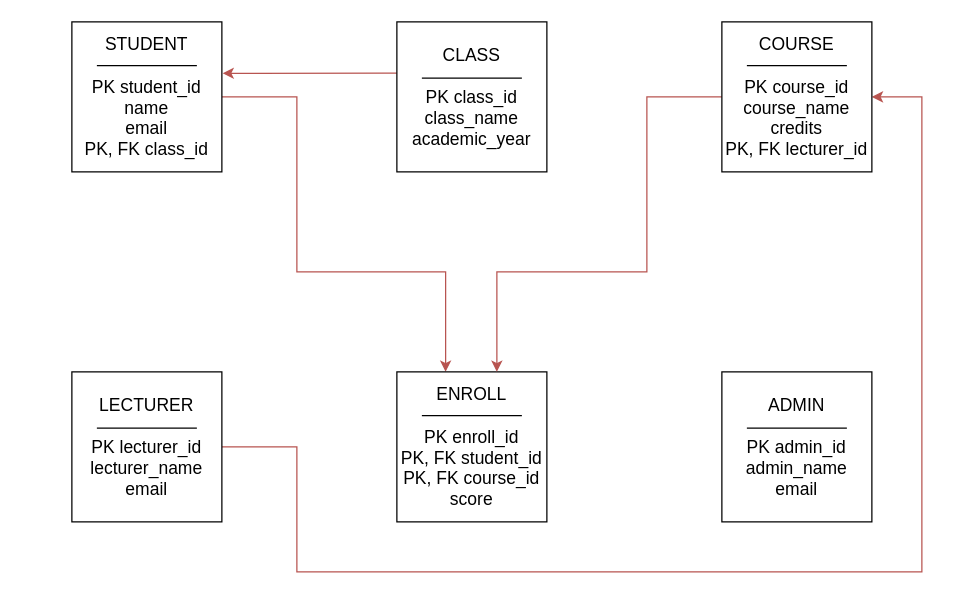
Earlier version of the draw.io diagram ERD.drawio (chongaboi2005/CNPM). Source tidied: cells renumbered, new cells numbered last; positions are measured from the earlier drawing's top-left corner, leaving out a move shared by most shapes. Both pictures are drawn from the tidied source at 125%, with x=0, y=0 at pixel (71, 21).
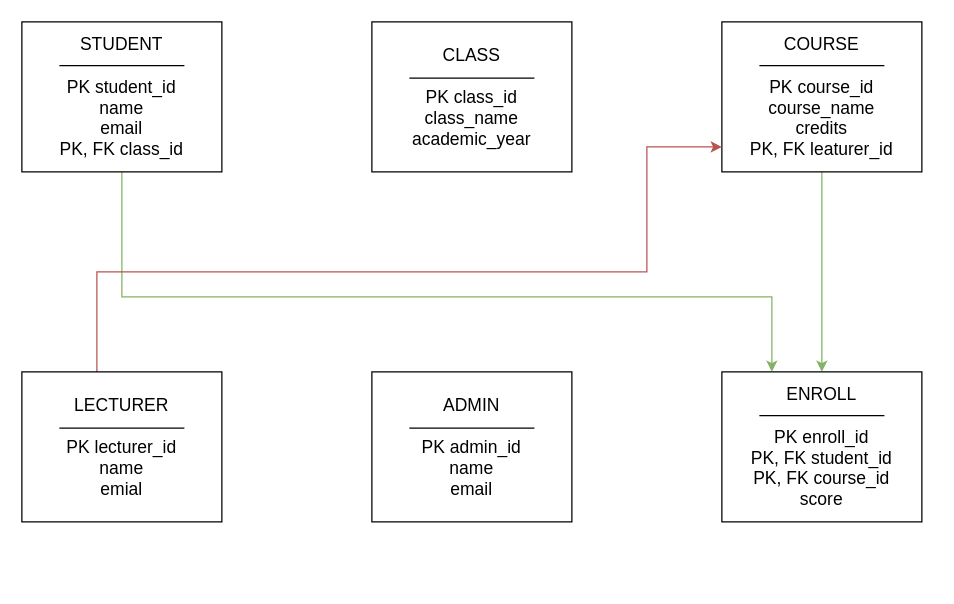
The same page after the edit.

What changed in the source:
```diff
@@
-    <mxCell id="2" style="edgeStyle=orthogonalEdgeStyle;rounded=0;jettySize=auto;html=1;fillColor=#f8cecc;strokeColor=#b85450;" parent="1" edge="1" source="3" target="8">
+    <mxCell id="2" style="edgeStyle=orthogonalEdgeStyle;rounded=0;jettySize=auto;html=1;entryX=0.25;entryY=0;entryDx=0;entryDy=0;fillColor=#d5e8d4;strokeColor=#82b366;" parent="1" edge="1" source="3" target="8">
       <mxGeometry relative="1" as="geometry">
         <Array as="points">
-          <mxPoint x="180" y="60" />
-          <mxPoint x="180" y="200" />
-          <mxPoint x="299" y="200" />
+          <mxPoint x="40" y="220" />
+          <mxPoint x="560" y="220" />
         </Array>
       </mxGeometry>
     </mxCell>
     <mxCell id="3" value="&lt;font style=&quot;font-size: 14px;&quot;&gt;STUDENT&lt;/font&gt;&lt;div&gt;&lt;font style=&quot;font-size: 14px;&quot;&gt;&lt;br&gt;&lt;/font&gt;&lt;/div&gt;&lt;div&gt;&lt;font style=&quot;font-size: 14px;&quot;&gt;PK student_id&lt;/font&gt;&lt;/div&gt;&lt;div&gt;&lt;font style=&quot;font-size: 14px;&quot;&gt;name&lt;/font&gt;&lt;/div&gt;&lt;div&gt;&lt;font style=&quot;font-size: 14px;&quot;&gt;email&lt;/font&gt;&lt;/div&gt;&lt;div&gt;&lt;font style=&quot;font-size: 14px;&quot;&gt;PK, FK class_id&lt;/font&gt;&lt;/div&gt;" style="whiteSpace=wrap;html=1;align=center;" parent="1" vertex="1">
-      <mxGeometry width="120" height="120" as="geometry" />
+      <mxGeometry x="-40" width="160" height="120" as="geometry" />
     </mxCell>
-    <mxCell id="4" style="edgeStyle=orthogonalEdgeStyle;rounded=0;jettySize=auto;html=1;entryX=1.005;entryY=0.343;entryDx=0;entryDy=0;entryPerimeter=0;fillColor=#f8cecc;strokeColor=#b85450;" parent="1" edge="1" source="5" target="3">
-      <mxGeometry relative="1" as="geometry">
-        <Array as="points">
-          <mxPoint x="250" y="41" />
-          <mxPoint x="250" y="41" />
-        </Array>
-      </mxGeometry>
-    </mxCell>
     <mxCell id="5" value="&lt;font style=&quot;font-size: 14px;&quot;&gt;CLASS&lt;/font&gt;&lt;div&gt;&lt;font style=&quot;font-size: 14px;&quot;&gt;&lt;br&gt;&lt;/font&gt;&lt;/div&gt;&lt;div&gt;&lt;font style=&quot;font-size: 14px;&quot;&gt;PK class_id&lt;/font&gt;&lt;/div&gt;&lt;div&gt;&lt;font style=&quot;font-size: 14px;&quot;&gt;class_name&lt;/font&gt;&lt;/div&gt;&lt;div&gt;&lt;font style=&quot;font-size: 14px;&quot;&gt;academic_year&lt;/font&gt;&lt;/div&gt;" style="whiteSpace=wrap;html=1;align=center;" parent="1" vertex="1">
-      <mxGeometry x="260" width="120" height="120" as="geometry" />
+      <mxGeometry x="240" width="160" height="120" as="geometry" />
     </mxCell>
-    <mxCell id="6" style="edgeStyle=orthogonalEdgeStyle;rounded=0;jettySize=auto;html=1;entryX=1;entryY=0.5;entryDx=0;entryDy=0;fillColor=#f8cecc;strokeColor=#b85450;" parent="1" edge="1" source="7" target="11">
-      <mxGeometry relative="1" as="geometry">
-        <Array as="points">
-          <mxPoint x="180" y="340" />
-          <mxPoint x="180" y="440" />
-          <mxPoint x="680" y="440" />
-          <mxPoint x="680" y="60" />
-        </Array>
-      </mxGeometry>
-    </mxCell>
-    <mxCell id="7" value="&lt;font style=&quot;font-size: 14px;&quot;&gt;LECTURER&lt;/font&gt;&lt;div&gt;&lt;font style=&quot;font-size: 14px;&quot;&gt;&lt;br&gt;&lt;/font&gt;&lt;/div&gt;&lt;div&gt;&lt;font style=&quot;font-size: 14px;&quot;&gt;PK lecturer_id&lt;/font&gt;&lt;/div&gt;&lt;div&gt;&lt;font style=&quot;font-size: 14px;&quot;&gt;lecturer_name&lt;/font&gt;&lt;/div&gt;&lt;div&gt;&lt;font style=&quot;font-size: 14px;&quot;&gt;email&lt;/font&gt;&lt;/div&gt;" style="whiteSpace=wrap;html=1;align=center;" parent="1" vertex="1">
-      <mxGeometry y="280" width="120" height="120" as="geometry" />
-    </mxCell>
+    <mxCell id="18" style="edgeStyle=orthogonalEdgeStyle;rounded=0;jettySize=auto;html=1;entryX=0.5;entryY=0;entryDx=0;entryDy=0;fillColor=#d5e8d4;strokeColor=#82b366;" parent="1" edge="1" source="19" target="8">
+      <mxGeometry relative="1" as="geometry" />
+    </mxCell>
+    <mxCell id="19" value="&lt;font style=&quot;font-size: 14px;&quot;&gt;COURSE&lt;/font&gt;&lt;div&gt;&lt;font style=&quot;font-size: 14px;&quot;&gt;&lt;br&gt;&lt;/font&gt;&lt;/div&gt;&lt;div&gt;&lt;font style=&quot;font-size: 14px;&quot;&gt;PK course_id&lt;/font&gt;&lt;/div&gt;&lt;div&gt;&lt;font style=&quot;font-size: 14px;&quot;&gt;course_name&lt;/font&gt;&lt;/div&gt;&lt;div&gt;&lt;font style=&quot;font-size: 14px;&quot;&gt;credits&lt;/font&gt;&lt;/div&gt;&lt;div&gt;&lt;font style=&quot;font-size: 14px;&quot;&gt;PK, FK leaturer_id&lt;/font&gt;&lt;/div&gt;" style="whiteSpace=wrap;html=1;align=center;" parent="1" vertex="1">
+      <mxGeometry x="520" width="160" height="120" as="geometry" />
+    </mxCell>
+    <mxCell id="20" style="edgeStyle=orthogonalEdgeStyle;rounded=0;jettySize=auto;html=1;fillColor=#f8cecc;strokeColor=#b85450;" parent="1" edge="1" source="21" target="19">
+      <mxGeometry relative="1" as="geometry">
+        <Array as="points">
+          <mxPoint x="20" y="200" />
+          <mxPoint x="460" y="200" />
+          <mxPoint x="460" y="100" />
+        </Array>
+      </mxGeometry>
+    </mxCell>
+    <mxCell id="21" value="&lt;font style=&quot;font-size: 14px;&quot;&gt;LECTURER&lt;/font&gt;&lt;div&gt;&lt;font style=&quot;font-size: 14px;&quot;&gt;&lt;br&gt;&lt;/font&gt;&lt;/div&gt;&lt;div&gt;&lt;font style=&quot;font-size: 14px;&quot;&gt;PK lecturer_id&lt;/font&gt;&lt;/div&gt;&lt;div&gt;&lt;font style=&quot;font-size: 14px;&quot;&gt;name&lt;/font&gt;&lt;/div&gt;&lt;div&gt;&lt;font style=&quot;font-size: 14px;&quot;&gt;emial&lt;/font&gt;&lt;/div&gt;" style="whiteSpace=wrap;html=1;align=center;" parent="1" vertex="1">
+      <mxGeometry x="-40" y="280" width="160" height="120" as="geometry" />
+    </mxCell>
     <mxCell id="8" value="&lt;font style=&quot;font-size: 14px;&quot;&gt;ENROLL&lt;/font&gt;&lt;div&gt;&lt;font style=&quot;font-size: 14px;&quot;&gt;&lt;br&gt;&lt;/font&gt;&lt;/div&gt;&lt;div&gt;&lt;font style=&quot;font-size: 14px;&quot;&gt;PK enroll_id&lt;/font&gt;&lt;/div&gt;&lt;div&gt;&lt;font style=&quot;font-size: 14px;&quot;&gt;PK, FK student_id&lt;/font&gt;&lt;/div&gt;&lt;div&gt;&lt;font style=&quot;font-size: 14px;&quot;&gt;PK, FK course_id&lt;/font&gt;&lt;/div&gt;&lt;div&gt;&lt;font style=&quot;font-size: 14px;&quot;&gt;score&lt;/font&gt;&lt;/div&gt;" style="whiteSpace=wrap;html=1;align=center;" parent="1" vertex="1">
-      <mxGeometry x="260" y="280" width="120" height="120" as="geometry" />
+      <mxGeometry x="520" y="280" width="160" height="120" as="geometry" />
     </mxCell>
-    <mxCell id="9" value="&lt;font style=&quot;font-size: 14px;&quot;&gt;ADMIN&lt;/font&gt;&lt;div&gt;&lt;font style=&quot;font-size: 14px;&quot;&gt;&lt;br&gt;&lt;/font&gt;&lt;/div&gt;&lt;div&gt;&lt;font style=&quot;font-size: 14px;&quot;&gt;PK admin_id&lt;/font&gt;&lt;/div&gt;&lt;div&gt;&lt;font style=&quot;font-size: 14px;&quot;&gt;admin_name&lt;/font&gt;&lt;/div&gt;&lt;div&gt;&lt;font style=&quot;font-size: 14px;&quot;&gt;email&lt;/font&gt;&lt;/div&gt;" style="whiteSpace=wrap;html=1;align=center;" parent="1" vertex="1">
-      <mxGeometry x="520" y="280" width="120" height="120" as="geometry" />
-    </mxCell>
-    <mxCell id="10" style="edgeStyle=orthogonalEdgeStyle;rounded=0;jettySize=auto;html=1;fillColor=#f8cecc;strokeColor=#b85450;" parent="1" edge="1" source="11" target="8">
-      <mxGeometry relative="1" as="geometry">
-        <Array as="points">
-          <mxPoint x="460" y="60" />
-          <mxPoint x="460" y="200" />
-          <mxPoint x="340" y="200" />
-        </Array>
-      </mxGeometry>
-    </mxCell>
-    <mxCell id="11" value="&lt;font style=&quot;font-size: 14px;&quot;&gt;COURSE&lt;/font&gt;&lt;div&gt;&lt;font style=&quot;font-size: 14px;&quot;&gt;&lt;br&gt;&lt;/font&gt;&lt;/div&gt;&lt;div&gt;&lt;font style=&quot;font-size: 14px;&quot;&gt;PK course_id&lt;/font&gt;&lt;/div&gt;&lt;div&gt;&lt;font style=&quot;font-size: 14px;&quot;&gt;course_name&lt;/font&gt;&lt;/div&gt;&lt;div&gt;&lt;font style=&quot;font-size: 14px;&quot;&gt;credits&lt;/font&gt;&lt;/div&gt;&lt;div&gt;&lt;font style=&quot;font-size: 14px;&quot;&gt;PK, FK lecturer_id&lt;/font&gt;&lt;/div&gt;" style="whiteSpace=wrap;html=1;align=center;" parent="1" vertex="1">
-      <mxGeometry x="520" width="120" height="120" as="geometry" />
-    </mxCell>
-    <mxCell id="12" style="line;strokeWidth=1;dashed=0;labelPosition=right;align=left;verticalAlign=middle;spacingTop=0;spacingLeft=6;" parent="1" vertex="1">
-      <mxGeometry x="20" y="30" width="80" height="10" as="geometry" />
-    </mxCell>
-    <mxCell id="13" style="line;strokeWidth=1;dashed=0;labelPosition=right;align=left;verticalAlign=middle;spacingTop=0;spacingLeft=6;" parent="1" vertex="1">
-      <mxGeometry x="280" y="310" width="80" height="10" as="geometry" />
-    </mxCell>
-    <mxCell id="14" style="line;strokeWidth=1;dashed=0;labelPosition=right;align=left;verticalAlign=middle;spacingTop=0;spacingLeft=6;" parent="1" vertex="1">
-      <mxGeometry x="280" y="40" width="80" height="10" as="geometry" />
-    </mxCell>
-    <mxCell id="15" style="line;strokeWidth=1;dashed=0;labelPosition=right;align=left;verticalAlign=middle;spacingTop=0;spacingLeft=6;" parent="1" vertex="1">
-      <mxGeometry x="540" y="320" width="80" height="10" as="geometry" />
-    </mxCell>
-    <mxCell id="16" style="line;strokeWidth=1;dashed=0;labelPosition=right;align=left;verticalAlign=middle;spacingTop=0;spacingLeft=6;" parent="1" vertex="1">
-      <mxGeometry x="20" y="320" width="80" height="10" as="geometry" />
-    </mxCell>
-    <mxCell id="17" style="line;strokeWidth=1;dashed=0;labelPosition=right;align=left;verticalAlign=middle;spacingTop=0;spacingLeft=6;" parent="1" vertex="1">
-      <mxGeometry x="540" y="30" width="80" height="10" as="geometry" />
-    </mxCell>
+    <mxCell id="22" value="&lt;font style=&quot;font-size: 14px;&quot;&gt;ADMIN&lt;/font&gt;&lt;div&gt;&lt;font style=&quot;font-size: 14px;&quot;&gt;&lt;br&gt;&lt;/font&gt;&lt;/div&gt;&lt;div&gt;&lt;font style=&quot;font-size: 14px;&quot;&gt;PK admin_id&lt;/font&gt;&lt;/div&gt;&lt;div&gt;&lt;font style=&quot;font-size: 14px;&quot;&gt;name&lt;/font&gt;&lt;/div&gt;&lt;div&gt;&lt;font style=&quot;font-size: 14px;&quot;&gt;email&lt;/font&gt;&lt;/div&gt;" style="whiteSpace=wrap;html=1;align=center;" parent="1" vertex="1">
+      <mxGeometry x="240" y="280" width="160" height="120" as="geometry" />
+    </mxCell>
+    <mxCell id="23" style="line;strokeWidth=1;dashed=0;labelPosition=right;align=left;verticalAlign=middle;spacingTop=0;spacingLeft=6;" parent="1" vertex="1">
+      <mxGeometry x="-10" y="30" width="100" height="10" as="geometry" />
+    </mxCell>
+    <mxCell id="24" style="line;strokeWidth=1;dashed=0;labelPosition=right;align=left;verticalAlign=middle;spacingTop=0;spacingLeft=6;" parent="1" vertex="1">
+      <mxGeometry x="270" y="40" width="100" height="10" as="geometry" />
+    </mxCell>
+    <mxCell id="25" style="line;strokeWidth=1;dashed=0;labelPosition=right;align=left;verticalAlign=middle;spacingTop=0;spacingLeft=6;" parent="1" vertex="1">
+      <mxGeometry x="270" y="320" width="100" height="10" as="geometry" />
+    </mxCell>
+    <mxCell id="26" style="line;strokeWidth=1;dashed=0;labelPosition=right;align=left;verticalAlign=middle;spacingTop=0;spacingLeft=6;" parent="1" vertex="1">
+      <mxGeometry x="-10" y="320" width="100" height="10" as="geometry" />
+    </mxCell>
+    <mxCell id="27" style="line;strokeWidth=1;dashed=0;labelPosition=right;align=left;verticalAlign=middle;spacingTop=0;spacingLeft=6;" parent="1" vertex="1">
+      <mxGeometry x="550" y="30" width="100" height="10" as="geometry" />
+    </mxCell>
+    <mxCell id="28" style="line;strokeWidth=1;dashed=0;labelPosition=right;align=left;verticalAlign=middle;spacingTop=0;spacingLeft=6;" parent="1" vertex="1">
+      <mxGeometry x="550" y="310" width="100" height="10" as="geometry" />
+    </mxCell>
```
